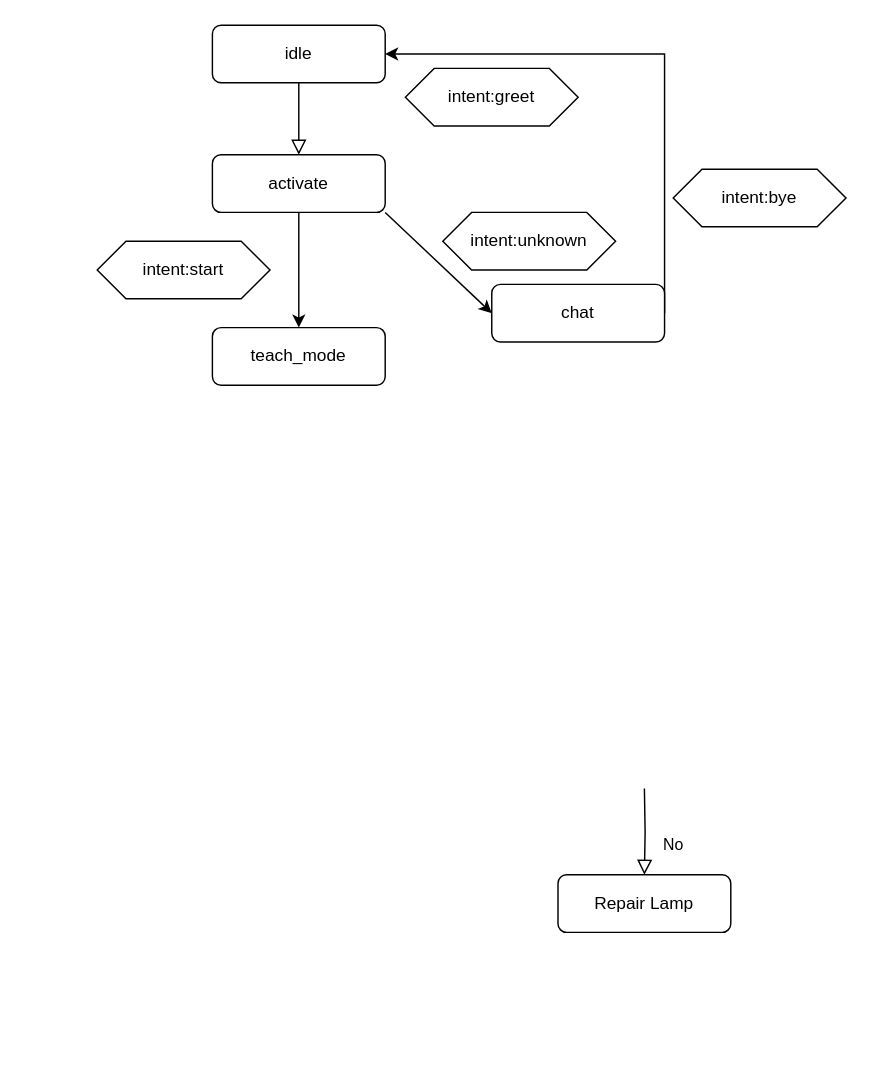
Earlier version of the draw.io diagram Untitled Diagram.drawio (tongbc/algorithm). Source tidied: cells renumbered, new cells numbered last; positions are measured from the earlier drawing's top-left corner, leaving out a move shared by most shapes. Both pictures are drawn from the tidied source at 144%, with x=0, y=0 at pixel (96, 24).
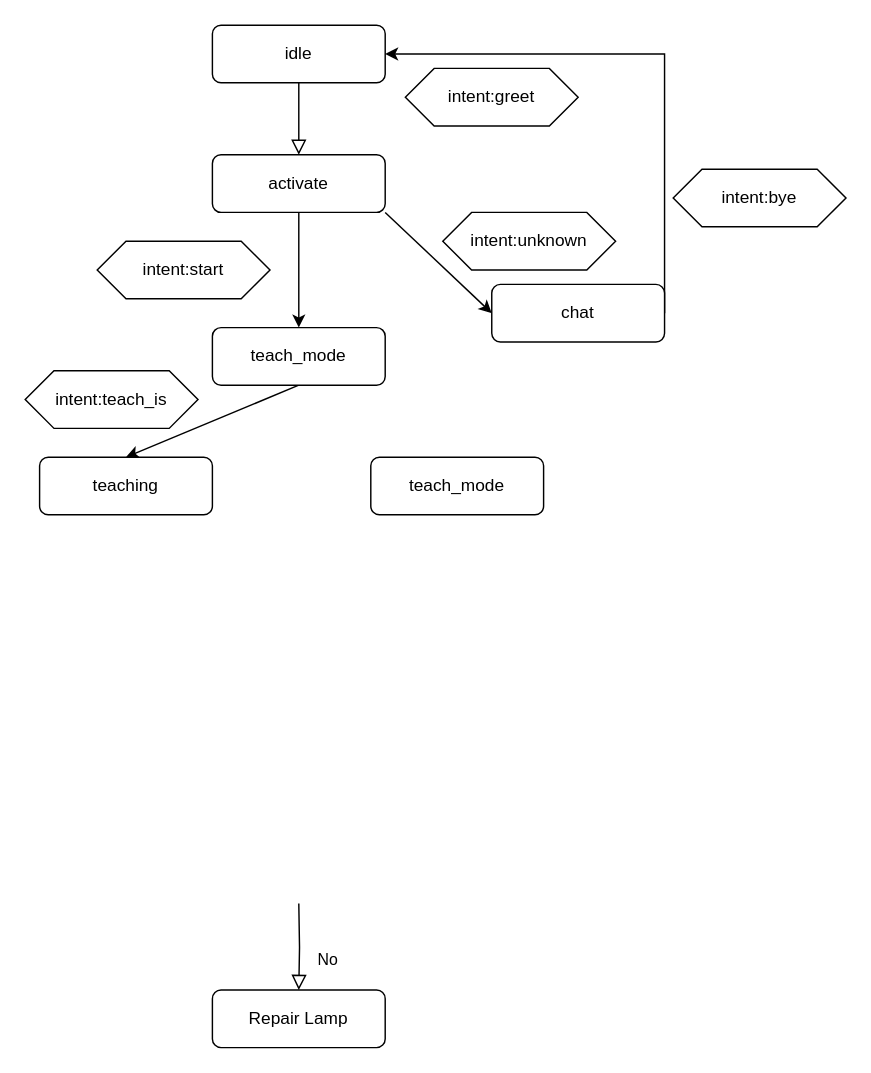
The same diagram, later.

Unchanged cells that the change refers to:
```xml
<mxCell id="9" value="teach_mode" style="rounded=1;whiteSpace=wrap;html=1;fontSize=12;glass=0;strokeWidth=1;shadow=0;" parent="1" vertex="1">
  <mxGeometry x="80" y="210" width="120" height="40" as="geometry" />
</mxCell>
```

The edit, as a diff of the source:
```diff
@@
     <mxCell id="7" value="No" style="rounded=0;html=1;jettySize=auto;fontSize=11;endArrow=block;endFill=0;endSize=8;strokeWidth=1;shadow=0;labelBackgroundColor=none;edgeStyle=orthogonalEdgeStyle;" parent="1" edge="1" target="8">
       <mxGeometry x="0.33" y="20" relative="1" as="geometry">
-        <mxPoint x="380" y="530" as="sourcePoint" />
+        <mxPoint x="140" y="610" as="sourcePoint" />
       </mxGeometry>
     </mxCell>
     <mxCell id="8" value="Repair Lamp" style="rounded=1;whiteSpace=wrap;html=1;fontSize=12;glass=0;strokeWidth=1;shadow=0;" parent="1" vertex="1">
-      <mxGeometry x="320" y="590" width="120" height="40" as="geometry" />
+      <mxGeometry x="80" y="670" width="120" height="40" as="geometry" />
     </mxCell>
+    <mxCell id="16" style="edgeStyle=none;rounded=0;jettySize=auto;html=1;exitX=0.5;exitY=1;exitDx=0;exitDy=0;entryX=0.5;entryY=0;entryDx=0;entryDy=0;" parent="1" edge="1" source="9" target="17">
+      <mxGeometry relative="1" as="geometry" />
+    </mxCell>
@@
+    <mxCell id="17" value="teaching" style="rounded=1;whiteSpace=wrap;html=1;fontSize=12;glass=0;strokeWidth=1;shadow=0;" parent="1" vertex="1">
+      <mxGeometry x="-40" y="300" width="120" height="40" as="geometry" />
+    </mxCell>
+    <mxCell id="18" value="teach_mode" style="rounded=1;whiteSpace=wrap;html=1;fontSize=12;glass=0;strokeWidth=1;shadow=0;" parent="1" vertex="1">
+      <mxGeometry x="190" y="300" width="120" height="40" as="geometry" />
+    </mxCell>
+    <mxCell id="19" value="&lt;span&gt;intent:teach_is&lt;/span&gt;" style="shape=hexagon;perimeter=hexagonPerimeter2;whiteSpace=wrap;html=1;fixedSize=1;" parent="1" vertex="1">
+      <mxGeometry x="-50" y="240" width="120" height="40" as="geometry" />
+    </mxCell>
```
